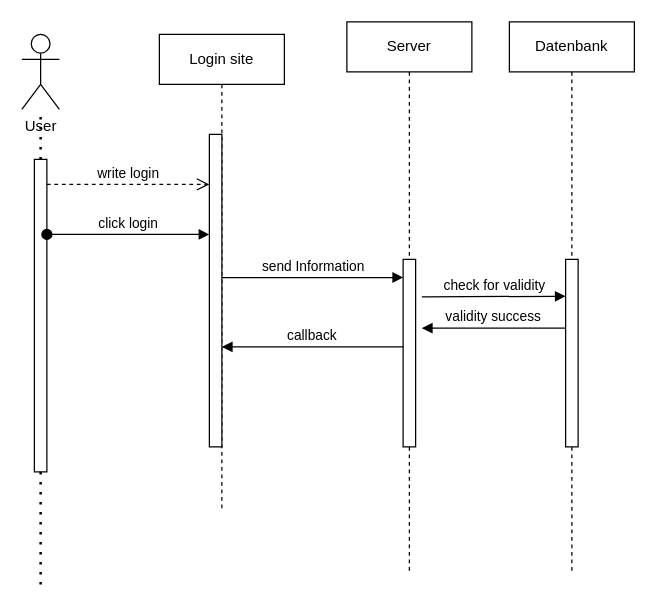
sraosha47/m226 keeps this draw.io diagram as Dokumentation/diagrams/Sequenz-Diagramm Use Case Login.drawio. Above is the earlier version. Source tidied: cells renumbered, new cells numbered last; positions are measured from the earlier drawing's top-left corner, leaving out a move shared by most shapes. Both pictures are drawn from the tidied source at 125%, with x=0, y=0 at pixel (21, 21).
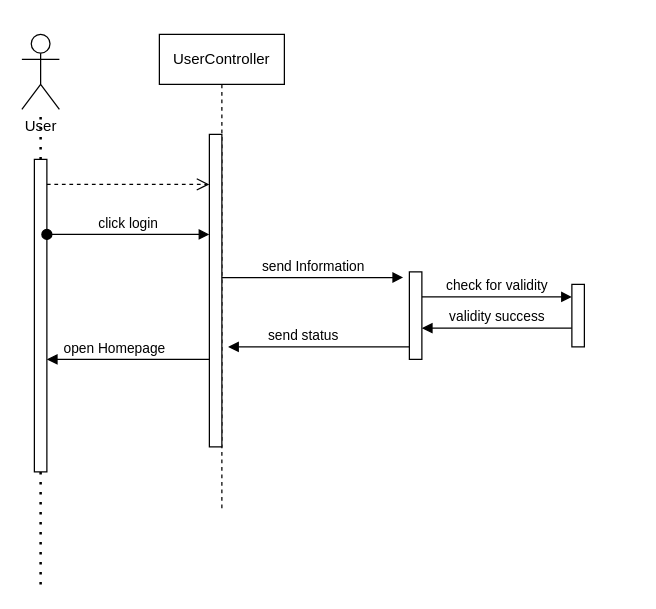
The same diagram, later.

Unchanged cells that the change refers to:
```xml
<mxCell id="3" style="html=1;points=[];perimeter=orthogonalPerimeter;outlineConnect=0;targetShapes=umlLifeline;portConstraint=eastwest;newEdgeStyle={&quot;edgeStyle&quot;:&quot;elbowEdgeStyle&quot;,&quot;elbow&quot;:&quot;vertical&quot;,&quot;curved&quot;:0,&quot;rounded&quot;:0};" parent="2" vertex="1">
  <mxGeometry x="40" y="80" width="10" height="250" as="geometry" />
</mxCell>
```

Diff of the diagram source:
```diff
@@
-    <mxCell id="2" value="Login site" style="shape=umlLifeline;perimeter=lifelinePerimeter;whiteSpace=wrap;html=1;newEdgeStyle={&quot;edgeStyle&quot;:&quot;elbowEdgeStyle&quot;,&quot;elbow&quot;:&quot;vertical&quot;,&quot;curved&quot;:0,&quot;rounded&quot;:0};" parent="1" vertex="1">
+    <mxCell id="2" value="UserController" style="shape=umlLifeline;perimeter=lifelinePerimeter;whiteSpace=wrap;html=1;newEdgeStyle={&quot;edgeStyle&quot;:&quot;elbowEdgeStyle&quot;,&quot;elbow&quot;:&quot;vertical&quot;,&quot;curved&quot;:0,&quot;rounded&quot;:0};" parent="1" vertex="1">
       <mxGeometry x="110" y="10" width="100" height="380" as="geometry" />
     </mxCell>
@@
-    <mxCell id="4" value="Server" style="shape=umlLifeline;perimeter=lifelinePerimeter;whiteSpace=wrap;html=1;newEdgeStyle={&quot;edgeStyle&quot;:&quot;elbowEdgeStyle&quot;,&quot;elbow&quot;:&quot;vertical&quot;,&quot;curved&quot;:0,&quot;rounded&quot;:0};" parent="1" vertex="1">
-      <mxGeometry x="260" width="100" height="440" as="geometry" />
-    </mxCell>
-    <mxCell id="5" style="html=1;perimeter=orthogonalPerimeter;targetShapes=umlLifeline;newEdgeStyle={&quot;edgeStyle&quot;:&quot;elbowEdgeStyle&quot;,&quot;elbow&quot;:&quot;vertical&quot;,&quot;curved&quot;:0,&quot;rounded&quot;:0};" parent="4" vertex="1">
-      <mxGeometry x="45" y="190" width="10" height="150" as="geometry" />
-    </mxCell>
@@
-    <mxCell id="7" value="callback" style="html=1;verticalAlign=bottom;endArrow=block;edgeStyle=elbowEdgeStyle;elbow=vertical;curved=0;rounded=0;" parent="1" edge="1">
-      <mxGeometry relative="1" as="geometry">
-        <mxPoint x="305" y="260" as="sourcePoint" />
-        <mxPoint x="160" y="260" as="targetPoint" />
+    <mxCell id="7" value="send status" style="html=1;verticalAlign=bottom;endArrow=block;edgeStyle=elbowEdgeStyle;elbow=vertical;curved=0;rounded=0;" parent="1" edge="1">
+      <mxGeometry x="0.17" relative="1" as="geometry">
+        <mxPoint x="310" y="260" as="sourcePoint" />
+        <mxPoint x="165" y="260" as="targetPoint" />
         <Array as="points">
-          <mxPoint x="220" y="260" />
+          <mxPoint x="225" y="260" />
         </Array>
       </mxGeometry>
     </mxCell>
@@
-    <mxCell id="11" value="write login" style="html=1;verticalAlign=bottom;endArrow=open;dashed=1;endSize=8;edgeStyle=elbowEdgeStyle;elbow=vertical;curved=0;rounded=0;" parent="1" edge="1" target="3">
+    <mxCell id="11" value="&amp;nbsp;" style="html=1;verticalAlign=bottom;endArrow=open;dashed=1;endSize=8;edgeStyle=elbowEdgeStyle;elbow=vertical;curved=0;rounded=0;" parent="1" edge="1" target="3">
       <mxGeometry relative="1" as="geometry">
         <mxPoint x="20" y="130" as="sourcePoint" />
         <Array as="points">
           <mxPoint x="70" y="130" />
         </Array>
       </mxGeometry>
     </mxCell>
@@
-    <mxCell id="14" value="Datenbank" style="shape=umlLifeline;perimeter=lifelinePerimeter;whiteSpace=wrap;html=1;newEdgeStyle={&quot;edgeStyle&quot;:&quot;elbowEdgeStyle&quot;,&quot;elbow&quot;:&quot;vertical&quot;,&quot;curved&quot;:0,&quot;rounded&quot;:0};" parent="1" vertex="1">
-      <mxGeometry x="390" width="100" height="440" as="geometry" />
-    </mxCell>
-    <mxCell id="15" style="html=1;perimeter=orthogonalPerimeter;targetShapes=umlLifeline;newEdgeStyle={&quot;edgeStyle&quot;:&quot;elbowEdgeStyle&quot;,&quot;elbow&quot;:&quot;vertical&quot;,&quot;curved&quot;:0,&quot;rounded&quot;:0};" parent="14" vertex="1">
-      <mxGeometry x="45" y="190" width="10" height="150" as="geometry" />
-    </mxCell>
     <mxCell id="16" value="check for validity" style="html=1;verticalAlign=bottom;endArrow=block;edgeStyle=elbowEdgeStyle;elbow=vertical;curved=0;rounded=0;" parent="1" edge="1">
       <mxGeometry relative="1" as="geometry">
         <mxPoint x="320" y="220" as="sourcePoint" />
-        <mxPoint x="435" y="219.5" as="targetPoint" />
+        <mxPoint x="440" y="220" as="targetPoint" />
         <Array as="points">
-          <mxPoint x="350" y="219.5" />
+          <mxPoint x="390" y="220" />
         </Array>
       </mxGeometry>
     </mxCell>
-    <mxCell id="17" value="validity success" style="html=1;verticalAlign=bottom;endArrow=block;edgeStyle=elbowEdgeStyle;elbow=vertical;curved=0;rounded=0;" parent="1" edge="1">
+    <mxCell id="17" value="validity success" style="html=1;verticalAlign=bottom;endArrow=block;edgeStyle=elbowEdgeStyle;elbow=vertical;curved=0;rounded=0;" parent="1" edge="1" source="19" target="18">
       <mxGeometry relative="1" as="geometry">
-        <mxPoint x="435" y="245" as="sourcePoint" />
-        <mxPoint x="320" y="245" as="targetPoint" />
         <Array as="points">
-          <mxPoint x="350" y="245" />
+          <mxPoint x="360" y="245" />
         </Array>
       </mxGeometry>
     </mxCell>
+    <mxCell id="18" style="html=1;points=[];perimeter=orthogonalPerimeter;outlineConnect=0;targetShapes=umlLifeline;portConstraint=eastwest;newEdgeStyle={&quot;edgeStyle&quot;:&quot;elbowEdgeStyle&quot;,&quot;elbow&quot;:&quot;vertical&quot;,&quot;curved&quot;:0,&quot;rounded&quot;:0};" parent="1" vertex="1">
+      <mxGeometry x="310" y="200" width="10" height="70" as="geometry" />
+    </mxCell>
+    <mxCell id="19" style="html=1;points=[];perimeter=orthogonalPerimeter;outlineConnect=0;targetShapes=umlLifeline;portConstraint=eastwest;newEdgeStyle={&quot;edgeStyle&quot;:&quot;elbowEdgeStyle&quot;,&quot;elbow&quot;:&quot;vertical&quot;,&quot;curved&quot;:0,&quot;rounded&quot;:0};" parent="1" vertex="1">
+      <mxGeometry x="440" y="210" width="10" height="50" as="geometry" />
+    </mxCell>
+    <mxCell id="20" value="open Homepage" style="html=1;verticalAlign=bottom;endArrow=block;edgeStyle=elbowEdgeStyle;elbow=vertical;curved=0;rounded=0;" parent="1" edge="1">
+      <mxGeometry x="0.17" relative="1" as="geometry">
+        <mxPoint x="150" y="270" as="sourcePoint" />
+        <mxPoint x="20" y="270" as="targetPoint" />
+        <Array as="points">
+          <mxPoint x="80" y="270" />
+        </Array>
+      </mxGeometry>
+    </mxCell>
```
